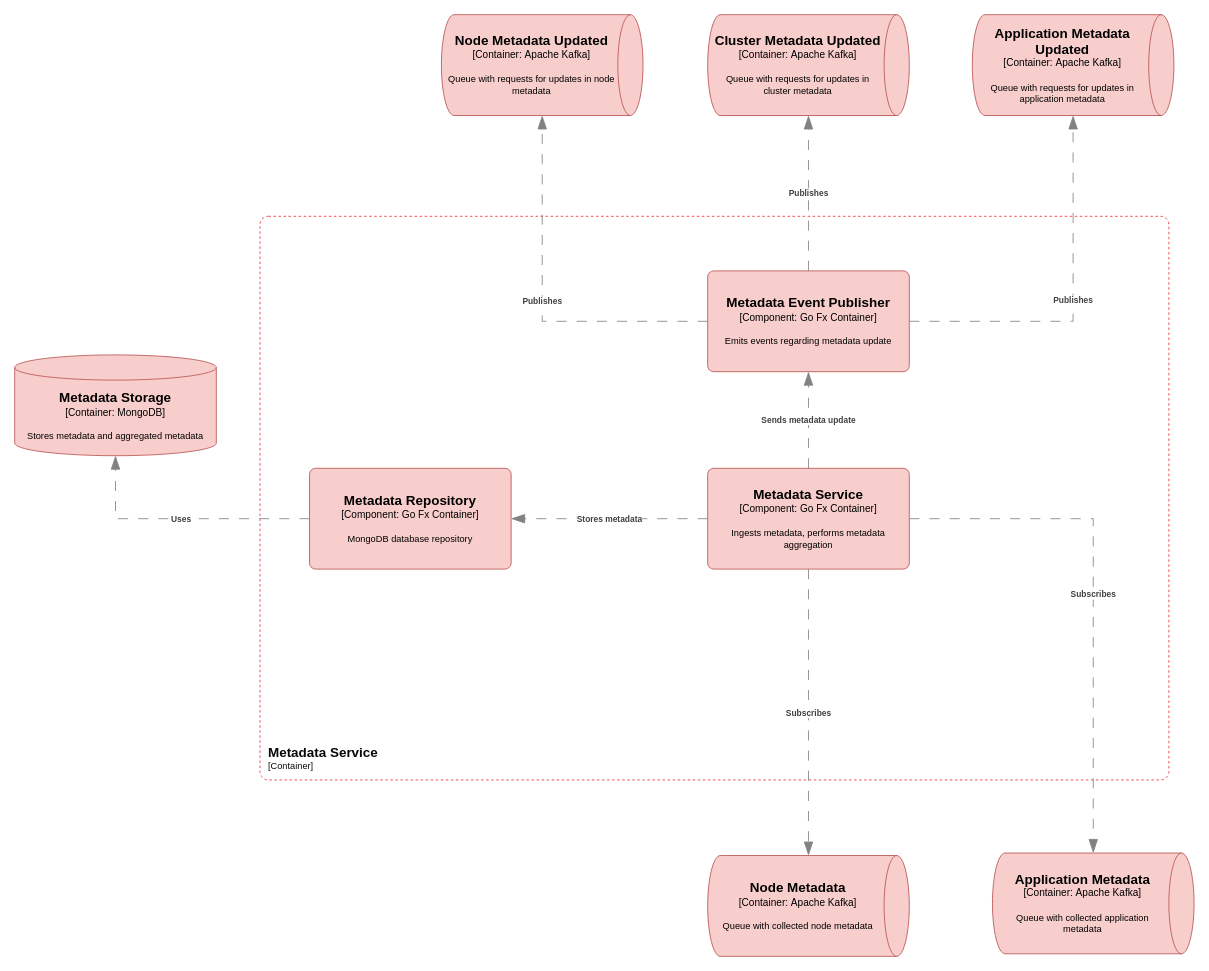
Above: docs/diagrams/metadata-service/components/metadata-service-components.drawio in Magpie-Monitor/magpie-monitor (draw.io), before the change. Source tidied: cells renumbered, new cells numbered last; positions are measured from the earlier drawing's top-left corner, leaving out a move shared by most shapes. Both pictures are drawn from the tidied source at 84%, with x=0, y=0 at pixel (14, 14).
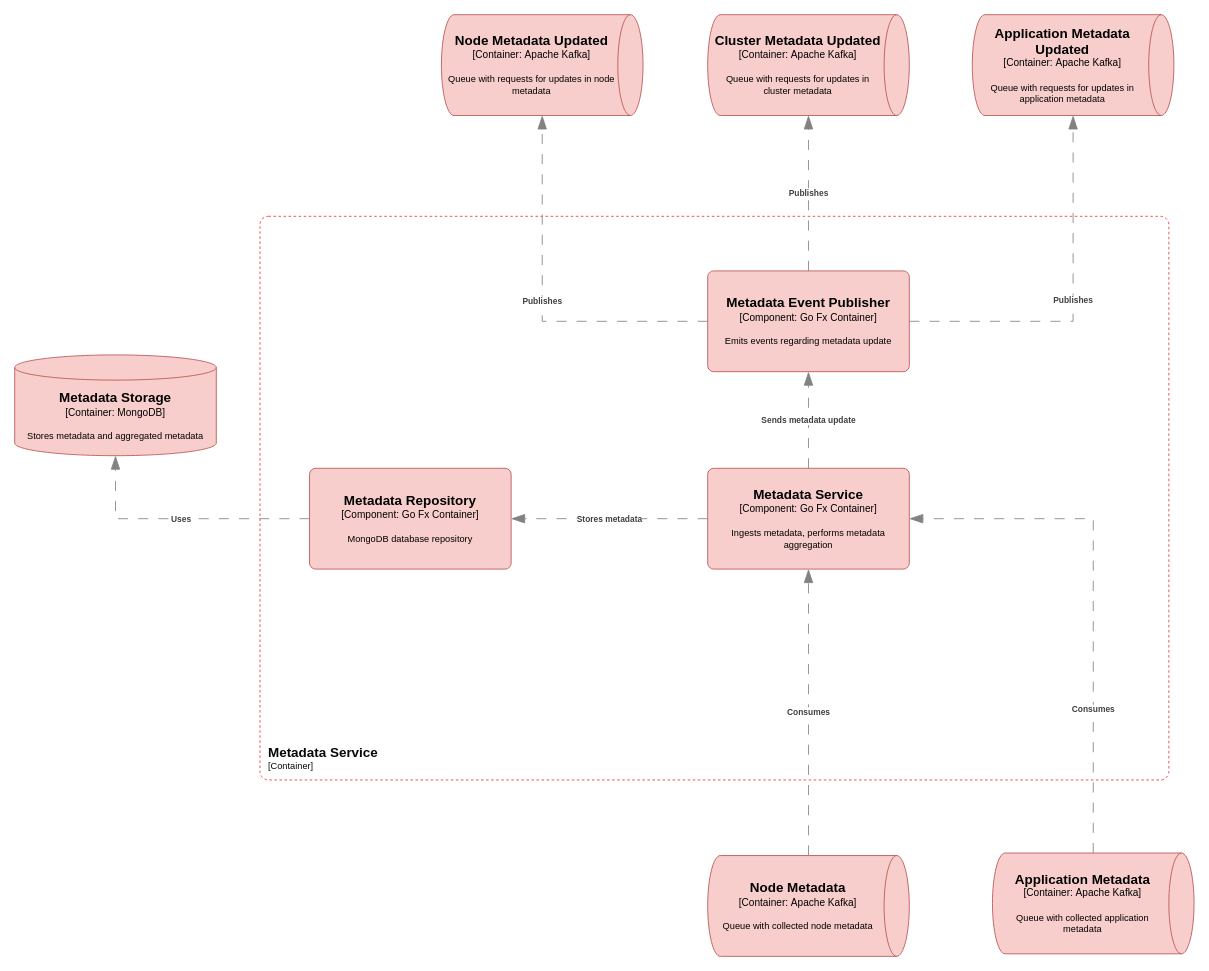
The same diagram, later.

Commit message (it also covers changes not shown here):
docs: Improve metadata service diagram

Unchanged cells that the change refers to:
```xml
<object id="2" label="&lt;font style=&quot;font-size: 16px&quot;&gt;&lt;b&gt;%c4Name%&lt;/b&gt;&lt;/font&gt;&lt;div&gt;[%c4Type%: %c4Technology%]&lt;/div&gt;&lt;br&gt;&lt;div&gt;&lt;font style=&quot;font-size: 11px&quot;&gt;%c4Description%&lt;/font&gt;&lt;/div&gt;" c4Description="Ingests metadata, performs metadata aggregation" c4Name="Metadata Service" c4Technology="Go Fx Container" c4Type="Component" placeholders="1">
  <mxCell style="rounded=1;whiteSpace=wrap;html=1;labelBackgroundColor=none;fillColor=#f8cecc;align=center;arcSize=6;strokeColor=#b85450;points=[[0.25,0,0],[0.5,0,0],[0.75,0,0],[1,0.25,0],[1,0.5,0],[1,0.75,0],[0.75,1,0],[0.5,1,0],[0.25,1,0],[0,0.75,0],[0,0.5,0],[0,0.25,0]];" parent="1" vertex="1">
    <mxGeometry x="825" y="540" width="240" height="120" as="geometry" />
  </mxCell>
</object>
<object id="6" label="&lt;font style=&quot;font-size: 16px&quot;&gt;&lt;b&gt;%c4Name%&lt;/b&gt;&lt;/font&gt;&lt;div&gt;[%c4Type%:&amp;nbsp;%c4Technology%]&lt;/div&gt;&lt;br&gt;&lt;div&gt;&lt;font style=&quot;font-size: 11px&quot;&gt;&lt;font&gt;%c4Description%&lt;/font&gt;&lt;/font&gt;&lt;/div&gt;" c4Description="Queue with collected node metadata" c4Name="Node Metadata" c4Technology="Apache Kafka" c4Type="Container" placeholders="1">
  <mxCell style="shape=cylinder3;size=15;direction=south;whiteSpace=wrap;html=1;boundedLbl=1;rounded=0;labelBackgroundColor=none;fillColor=#f8cecc;fontSize=12;align=center;strokeColor=#b85450;points=[[0.5,0,0],[1,0.25,0],[1,0.5,0],[1,0.75,0],[0.5,1,0],[0,0.75,0],[0,0.5,0],[0,0.25,0]];" parent="1" vertex="1">
    <mxGeometry x="825" y="1001" width="240" height="120" as="geometry" />
  </mxCell>
</object>
<object id="10" label="&lt;font style=&quot;font-size: 16px&quot;&gt;&lt;b&gt;%c4Name%&lt;/b&gt;&lt;/font&gt;&lt;div&gt;[%c4Type%:&amp;nbsp;%c4Technology%]&lt;/div&gt;&lt;br&gt;&lt;div&gt;&lt;font style=&quot;font-size: 11px&quot;&gt;&lt;font&gt;%c4Description%&lt;/font&gt;&lt;/font&gt;&lt;/div&gt;" c4Description="Queue with collected application metadata" c4Name="Application Metadata" c4Technology="Apache Kafka" c4Type="Container" placeholders="1">
  <mxCell style="shape=cylinder3;size=15;direction=south;whiteSpace=wrap;html=1;boundedLbl=1;rounded=0;labelBackgroundColor=none;fillColor=#f8cecc;fontSize=12;align=center;strokeColor=#b85450;points=[[0.5,0,0],[1,0.25,0],[1,0.5,0],[1,0.75,0],[0.5,1,0],[0,0.75,0],[0,0.5,0],[0,0.25,0]];" parent="1" vertex="1">
    <mxGeometry x="1164" y="998" width="240" height="120" as="geometry" />
  </mxCell>
</object>
```

Diff of the diagram source:
```diff
@@
-    <object id="12" label="&lt;div style=&quot;text-align: left&quot;&gt;&lt;div style=&quot;text-align: center&quot;&gt;&lt;b&gt;%c4Description%&lt;/b&gt;&lt;/div&gt;" c4Description="Subscribes" placeholders="1">
-      <mxCell style="endArrow=blockThin;html=1;fontSize=10;fontColor=#404040;strokeWidth=1;endFill=1;strokeColor=#828282;elbow=vertical;endSize=14;startSize=14;jumpStyle=arc;jumpSize=16;rounded=0;edgeStyle=orthogonalEdgeStyle;entryX=0;entryY=0.5;entryDx=0;entryDy=0;entryPerimeter=0;exitX=0.5;exitY=1;exitDx=0;exitDy=0;exitPerimeter=0;dashed=1;dashPattern=12 12;" parent="1" edge="1" source="2" target="6">
+    <object id="12" label="&lt;div style=&quot;text-align: left&quot;&gt;&lt;div style=&quot;text-align: center&quot;&gt;&lt;b&gt;%c4Description%&lt;/b&gt;&lt;/div&gt;" c4Description="Consumes" placeholders="1">
+      <mxCell style="endArrow=blockThin;html=1;fontSize=10;fontColor=#404040;strokeWidth=1;endFill=1;strokeColor=#828282;elbow=vertical;endSize=14;startSize=14;jumpStyle=arc;jumpSize=16;rounded=0;edgeStyle=orthogonalEdgeStyle;exitX=0;exitY=0.5;exitDx=0;exitDy=0;exitPerimeter=0;dashed=1;dashPattern=12 12;entryX=0.5;entryY=1;entryDx=0;entryDy=0;entryPerimeter=0;" parent="1" edge="1" source="6" target="2">
         <mxGeometry relative="1" as="geometry" />
       </mxCell>
     </object>
-    <object id="13" label="&lt;div style=&quot;text-align: left&quot;&gt;&lt;div style=&quot;text-align: center&quot;&gt;&lt;b&gt;%c4Description%&lt;/b&gt;&lt;/div&gt;" c4Description="Subscribes" placeholders="1">
-      <mxCell style="endArrow=blockThin;html=1;fontSize=10;fontColor=#404040;strokeWidth=1;endFill=1;strokeColor=#828282;elbow=vertical;endSize=14;startSize=14;jumpStyle=arc;jumpSize=16;rounded=0;edgeStyle=orthogonalEdgeStyle;exitX=1;exitY=0.5;exitDx=0;exitDy=0;exitPerimeter=0;dashed=1;dashPattern=12 12;" parent="1" edge="1" source="2" target="10">
-        <mxGeometry relative="1" as="geometry" />
+    <object id="13" label="&lt;div style=&quot;text-align: left&quot;&gt;&lt;div style=&quot;text-align: center&quot;&gt;&lt;b&gt;%c4Description%&lt;/b&gt;&lt;/div&gt;" c4Description="Consumes" placeholders="1">
+      <mxCell style="endArrow=blockThin;html=1;fontSize=10;fontColor=#404040;strokeWidth=1;endFill=1;strokeColor=#828282;elbow=vertical;endSize=14;startSize=14;jumpStyle=arc;jumpSize=16;rounded=0;edgeStyle=orthogonalEdgeStyle;exitX=0;exitY=0.5;exitDx=0;exitDy=0;exitPerimeter=0;dashed=1;dashPattern=12 12;entryX=1;entryY=0.5;entryDx=0;entryDy=0;entryPerimeter=0;" parent="1" edge="1" source="10" target="2">
+        <mxGeometry x="-0.45" relative="1" as="geometry">
+          <mxPoint y="-1" as="offset" />
+        </mxGeometry>
       </mxCell>
     </object>
```
